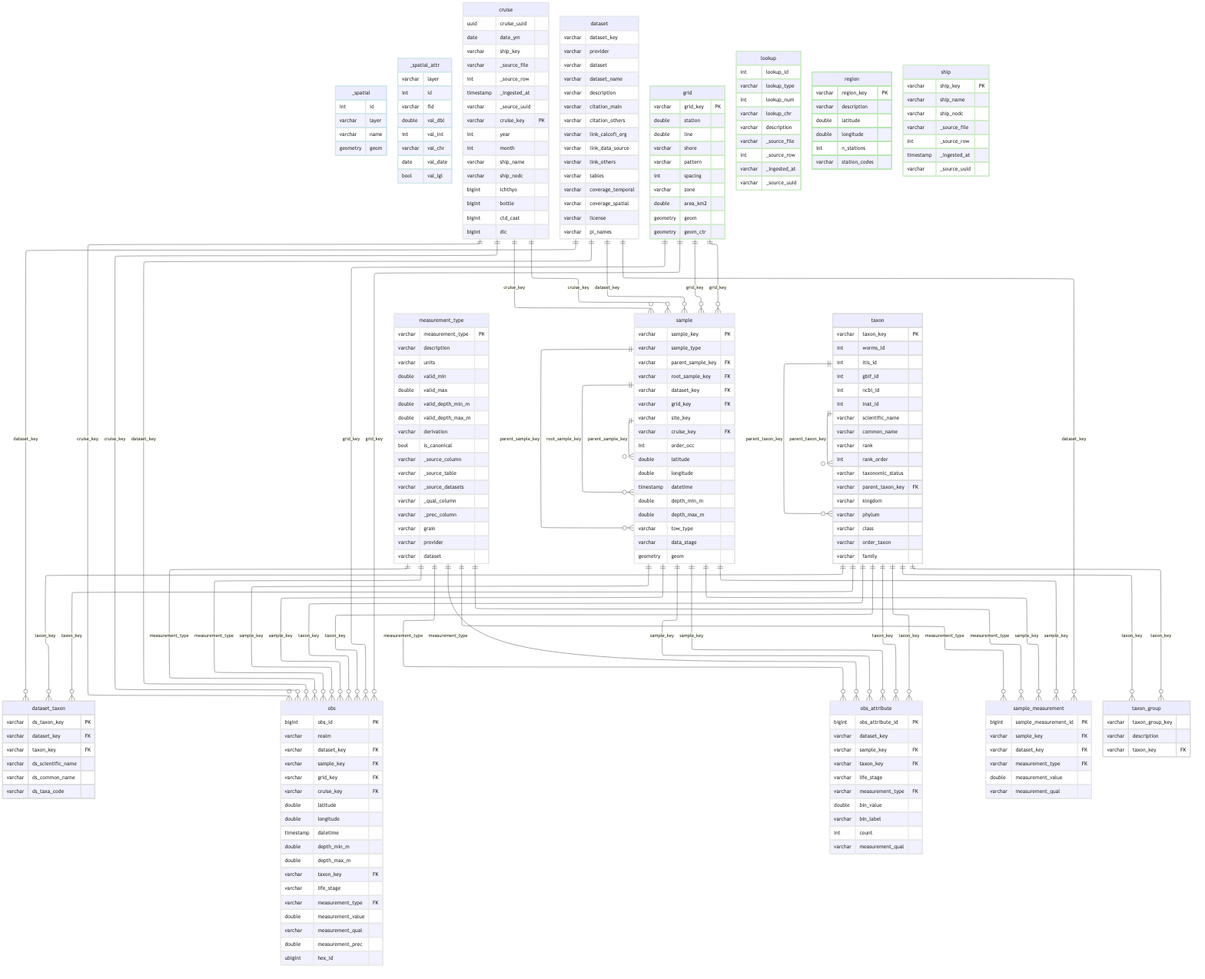
CalCOFI/workflows keeps this Mermaid diagram as _output/release_database_files/figure-html/combined_schema-1.png. Above is the earlier version. Its source is kept beside it as _output/release_database_files/figure-html/combined_schema-1.mmd.
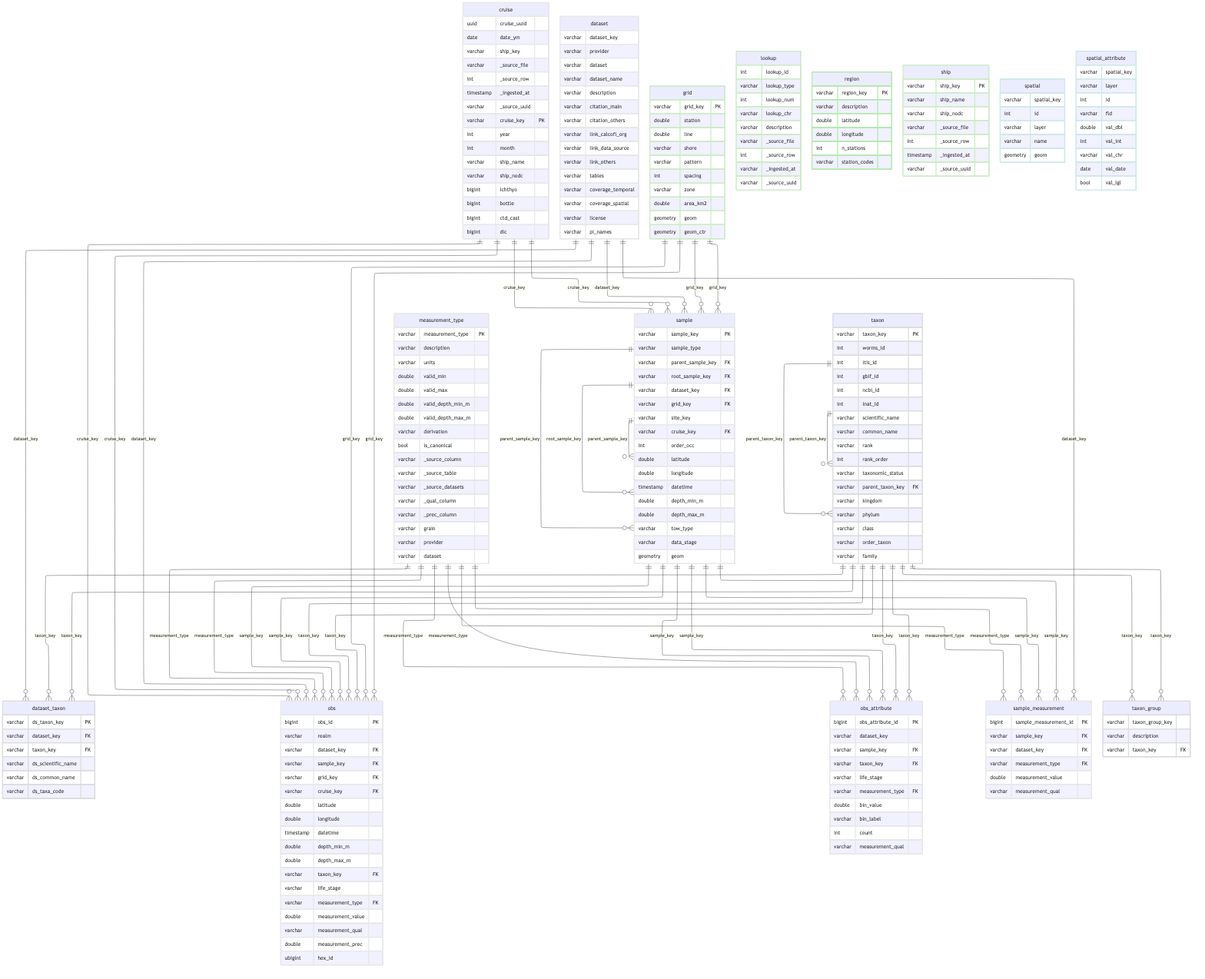
After the change.

The edit, as a diff of the source:
```diff
@@ -3,22 +3,6 @@
   layout: elk
 ---
 erDiagram
-    _spatial {
-        int id
-        varchar layer
-        varchar name
-        geometry geom
-    }
-    _spatial_attr {
-        varchar layer
-        int id
-        varchar fld
-        double val_dbl
-        int val_int
-        varchar val_chr
-        date val_date
-        bool val_lgl
-    }
     cruise {
         uuid cruise_uuid
         date date_ym
@@ -180,6 +164,24 @@
         timestamp _ingested_at
         varchar _source_uuid
     }
+    spatial {
+        varchar spatial_key
+        int id
+        varchar layer
+        varchar name
+        geometry geom
+    }
+    spatial_attribute {
+        varchar spatial_key
+        varchar layer
+        int id
+        varchar fld
+        double val_dbl
+        int val_int
+        varchar val_chr
+        date val_date
+        bool val_lgl
+    }
     taxon {
         varchar taxon_key PK
         int worms_id
@@ -250,4 +252,4 @@
     classDef _cdebc6 stroke:#cdebc6,stroke-width:3px
     class ship,lookup,grid _cdebc6
     classDef _cfe8ea stroke:#cfe8ea,stroke-width:3px
-    class _spatial,_spatial_attr _cfe8ea
+    class spatial,spatial_attribute _cfe8ea
```
